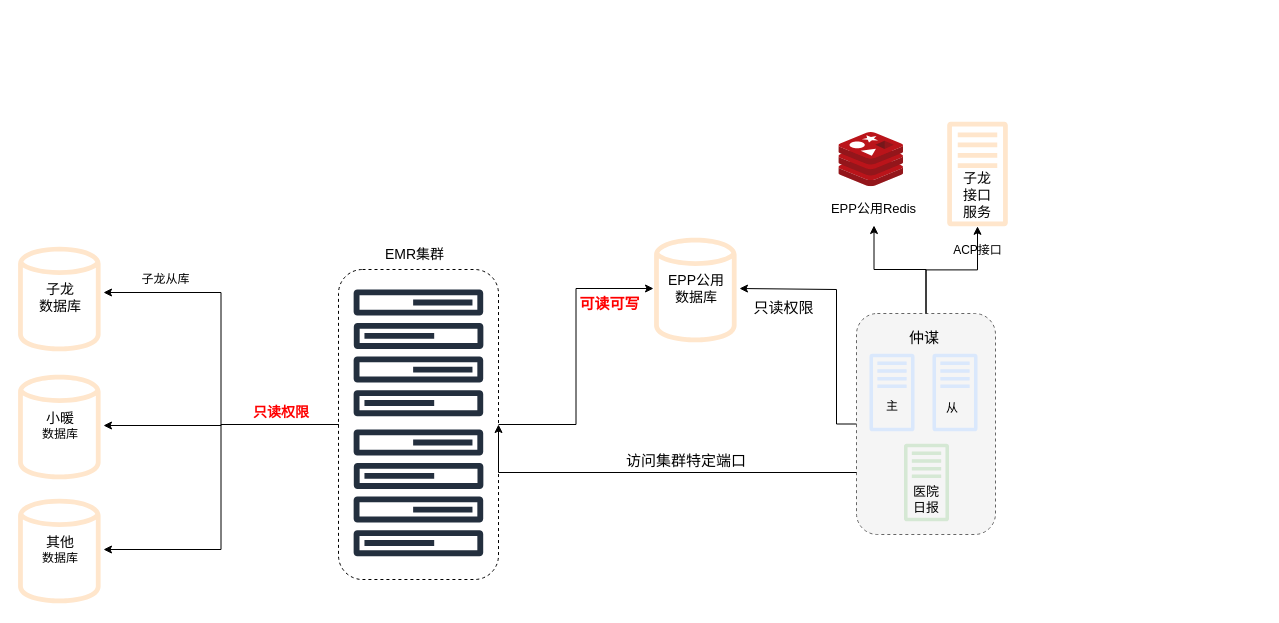
The draw.io diagram pet_data_warehouse/EMR网络图.drawio in fangzheng0518/draw, before the edit. Source tidied: cells renumbered, new cells numbered last; positions are measured from the earlier drawing's top-left corner, leaving out a move shared by most shapes. Both pictures are drawn from the tidied source at 100%, with x=0, y=0 at pixel (17, 121).
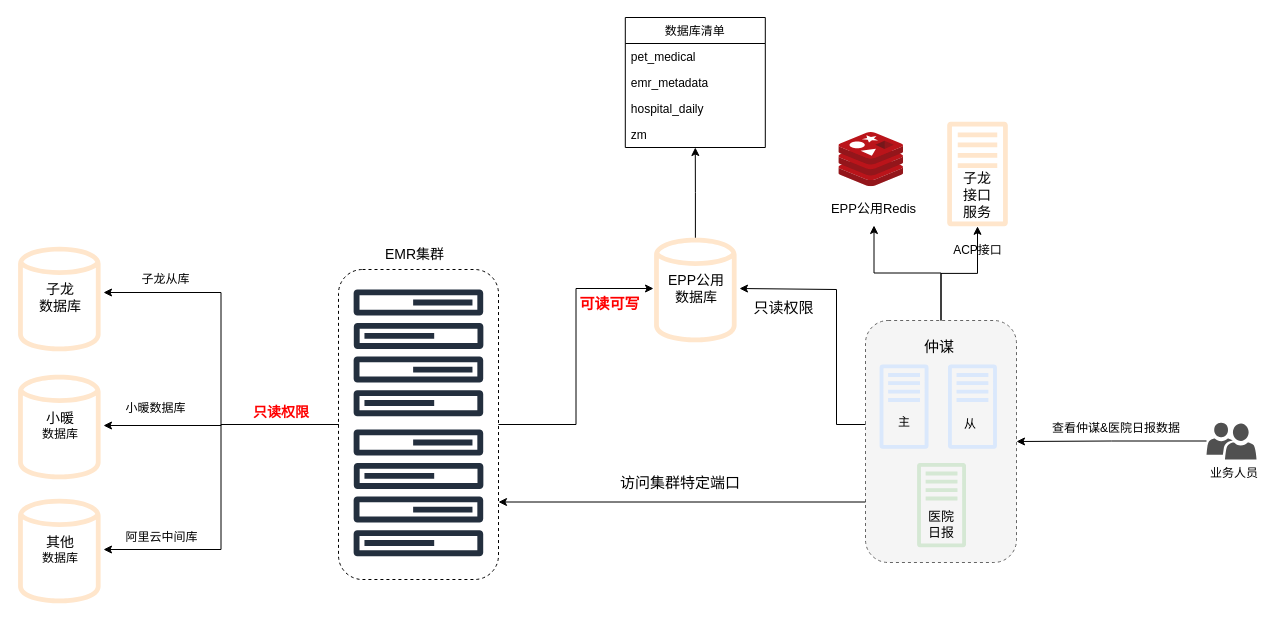
Above is the later version.

Commit message:
更新EMR网络图.drawio

Unchanged cells that the change refers to:
```xml
<mxCell id="18" style="rounded=1;whiteSpace=wrap;html=1;dashed=1;" parent="17" vertex="1">
  <mxGeometry width="160" height="310" as="geometry" />
</mxCell>
<mxCell id="29" style="outlineConnect=0;fillColor=#ffe6cc;strokeColor=#d79b00;dashed=0;verticalLabelPosition=bottom;verticalAlign=top;align=center;html=1;fontSize=12;fontStyle=0;shape=mxgraph.aws4.generic_database;" parent="28" vertex="1">
  <mxGeometry x="0.6" width="82.5" height="109" as="geometry" />
</mxCell>
```

Diff of the diagram source:
```diff
@@
-<mxGraphModel>
+<mxGraphModel background="#FFFFFF">
@@
     <mxCell id="32" style="group;" parent="1" vertex="1">
-      <mxGeometry x="839" y="192" width="139" height="221" as="geometry" />
+      <mxGeometry x="848" y="199" width="151" height="242" as="geometry" />
     </mxCell>
     <mxCell id="33" style="rounded=1;whiteSpace=wrap;html=1;dashed=1;fillColor=#f5f5f5;strokeColor=#666666;fontColor=#333333;" parent="32" vertex="1">
-      <mxGeometry width="139" height="221" as="geometry" />
+      <mxGeometry width="151" height="242" as="geometry" />
     </mxCell>
     <mxCell id="34" style="group;" parent="32" vertex="1">
-      <mxGeometry x="13" y="14" width="108" height="194" as="geometry" />
+      <mxGeometry x="14.1" y="15.3" width="117.3" height="212.4" as="geometry" />
     </mxCell>
     <mxCell id="35" style="group;" parent="34" vertex="1">
-      <mxGeometry width="108" height="104" as="geometry" />
+      <mxGeometry width="117.3" height="113.9" as="geometry" />
     </mxCell>
     <mxCell id="36" style="fillColor=#dae8fc;strokeColor=#6c8ebf;dashed=0;verticalLabelPosition=bottom;verticalAlign=top;align=center;html=1;fontSize=12;fontStyle=0;shape=mxgraph.aws4.traditional_server;" parent="35" vertex="1">
-      <mxGeometry y="26" width="45" height="78" as="geometry" />
+      <mxGeometry y="28.5" width="48.9" height="84.7" as="geometry" />
     </mxCell>
     <mxCell id="37" style="fillColor=#dae8fc;strokeColor=#6c8ebf;dashed=0;verticalLabelPosition=bottom;verticalAlign=top;align=center;html=1;fontSize=12;fontStyle=0;shape=mxgraph.aws4.traditional_server;" parent="35" vertex="1">
-      <mxGeometry x="63" y="26" width="45" height="78" as="geometry" />
+      <mxGeometry x="68.4" y="28.5" width="48.9" height="84.7" as="geometry" />
     </mxCell>
     <mxCell id="38" value="&lt;font style=&quot;font-size: 15px&quot;&gt;仲谋&lt;/font&gt;" style="text;html=1;strokeColor=none;fillColor=none;align=center;verticalAlign=middle;whiteSpace=wrap;rounded=0;dashed=1;" parent="35" vertex="1">
-      <mxGeometry x="35" width="40" height="20" as="geometry" />
+      <mxGeometry x="38" width="43.5" height="21.9" as="geometry" />
     </mxCell>
     <mxCell id="39" value="主" style="text;html=1;strokeColor=none;fillColor=none;align=center;verticalAlign=middle;whiteSpace=wrap;rounded=0;dashed=1;" parent="35" vertex="1">
-      <mxGeometry x="2.5" y="69" width="40" height="20" as="geometry" />
+      <mxGeometry x="2.7" y="75.6" width="43.5" height="21.9" as="geometry" />
     </mxCell>
     <mxCell id="40" value="从" style="text;html=1;strokeColor=none;fillColor=none;align=center;verticalAlign=middle;whiteSpace=wrap;rounded=0;dashed=1;" parent="35" vertex="1">
-      <mxGeometry x="63" y="71" width="40" height="20" as="geometry" />
+      <mxGeometry x="68.4" y="77.7" width="43.5" height="21.9" as="geometry" />
     </mxCell>
     <mxCell id="41" style="group;" parent="34" vertex="1">
-      <mxGeometry x="25" y="116" width="64" height="78" as="geometry" />
+      <mxGeometry x="27.2" y="127" width="69.5" height="85.4" as="geometry" />
     </mxCell>
     <mxCell id="42" style="fillColor=#d5e8d4;strokeColor=#82b366;dashed=0;verticalLabelPosition=bottom;verticalAlign=top;align=center;html=1;fontSize=12;fontStyle=0;shape=mxgraph.aws4.traditional_server;" parent="41" vertex="1">
-      <mxGeometry x="9.5" width="45" height="78" as="geometry" />
+      <mxGeometry x="10.3" width="48.9" height="84.7" as="geometry" />
     </mxCell>
     <mxCell id="43" value="&lt;font style=&quot;font-size: 13px&quot;&gt;医院&lt;br&gt;日报&lt;/font&gt;" style="text;html=1;strokeColor=none;fillColor=none;align=center;verticalAlign=middle;whiteSpace=wrap;rounded=0;dashed=1;" parent="41" vertex="1">
-      <mxGeometry y="46" width="64" height="20" as="geometry" />
+      <mxGeometry y="50.4" width="69.5" height="21.9" as="geometry" />
     </mxCell>
@@
-    <mxCell id="51" style="edgeStyle=orthogonalEdgeStyle;rounded=0;jettySize=auto;html=1;entryX=1;entryY=0.5;entryDx=0;entryDy=0;" parent="1" edge="1" source="33" target="18">
-      <mxGeometry relative="1" as="geometry">
-        <Array as="points">
-          <mxPoint x="481" y="351" />
-        </Array>
-      </mxGeometry>
-    </mxCell>
@@
     <mxCell id="54" value="&lt;font style=&quot;font-size: 15px&quot;&gt;访问集群特定端口&lt;/font&gt;" style="text;html=1;strokeColor=none;fillColor=none;align=center;verticalAlign=middle;whiteSpace=wrap;rounded=0;" parent="1" vertex="1">
-      <mxGeometry x="600" y="329" width="138" height="20" as="geometry" />
+      <mxGeometry x="594" y="351" width="138" height="20" as="geometry" />
     </mxCell>
+    <mxCell id="51" style="edgeStyle=orthogonalEdgeStyle;rounded=0;jettySize=auto;html=1;exitX=0;exitY=0.75;exitDx=0;exitDy=0;entryX=1;entryY=0.75;entryDx=0;entryDy=0;" parent="1" edge="1" source="33" target="18">
+      <mxGeometry relative="1" as="geometry" />
+    </mxCell>
+    <mxCell id="55" value="小暖数据库" style="text;html=1;strokeColor=none;fillColor=none;align=center;verticalAlign=middle;whiteSpace=wrap;rounded=0;dashed=1;" parent="1" vertex="1">
+      <mxGeometry x="105" y="277" width="67" height="20" as="geometry" />
+    </mxCell>
+    <mxCell id="56" value="阿里云中间库" style="text;html=1;strokeColor=none;fillColor=none;align=center;verticalAlign=middle;whiteSpace=wrap;rounded=0;dashed=1;" parent="1" vertex="1">
+      <mxGeometry x="102" y="406" width="85" height="20" as="geometry" />
+    </mxCell>
+    <mxCell id="57" value="数据库清单" style="swimlane;fontStyle=0;horizontal=1;startSize=26;fillColor=none;" parent="1" vertex="1">
+      <mxGeometry x="607.8" y="-104" width="140" height="130" as="geometry" />
+    </mxCell>
+    <mxCell id="58" value="pet_medical" style="text;strokeColor=none;fillColor=none;align=left;verticalAlign=top;spacingLeft=4;spacingRight=4;overflow=hidden;" parent="57" vertex="1">
+      <mxGeometry y="26" width="140" height="26" as="geometry" />
+    </mxCell>
+    <mxCell id="59" value="emr_metadata" style="text;strokeColor=none;fillColor=none;align=left;verticalAlign=top;spacingLeft=4;spacingRight=4;overflow=hidden;" parent="57" vertex="1">
+      <mxGeometry y="52" width="140" height="26" as="geometry" />
+    </mxCell>
+    <mxCell id="60" value="hospital_daily&#10;" style="text;strokeColor=none;fillColor=none;align=left;verticalAlign=top;spacingLeft=4;spacingRight=4;overflow=hidden;" parent="57" vertex="1">
+      <mxGeometry y="78" width="140" height="26" as="geometry" />
+    </mxCell>
+    <mxCell id="61" value="zm" style="text;strokeColor=none;fillColor=none;align=left;verticalAlign=top;spacingLeft=4;spacingRight=4;overflow=hidden;" parent="57" vertex="1">
+      <mxGeometry y="104" width="140" height="26" as="geometry" />
+    </mxCell>
+    <mxCell id="62" style="edgeStyle=orthogonalEdgeStyle;rounded=0;jettySize=auto;html=1;entryX=0.5;entryY=1;entryDx=0;entryDy=0;" parent="1" edge="1" source="29" target="57">
+      <mxGeometry relative="1" as="geometry" />
+    </mxCell>
+    <mxCell id="63" style="edgeStyle=orthogonalEdgeStyle;rounded=0;jettySize=auto;html=1;entryX=1;entryY=0.5;entryDx=0;entryDy=0;" parent="1" edge="1" source="65" target="33">
+      <mxGeometry relative="1" as="geometry" />
+    </mxCell>
+    <mxCell id="64" style="group;" parent="1" vertex="1">
+      <mxGeometry x="1189" y="301" width="56" height="60.5" as="geometry" />
+    </mxCell>
+    <mxCell id="65" style="shadow=0;dashed=0;html=1;strokeColor=none;labelPosition=center;verticalLabelPosition=bottom;verticalAlign=top;align=center;fillColor=#505050;shape=mxgraph.mscae.intune.user_group;" parent="64" vertex="1">
+      <mxGeometry width="50" height="37" as="geometry" />
+    </mxCell>
+    <mxCell id="66" value="业务人员" style="text;html=1;strokeColor=none;fillColor=none;align=center;verticalAlign=middle;whiteSpace=wrap;rounded=0;" parent="64" vertex="1">
+      <mxGeometry y="40.5" width="56" height="20" as="geometry" />
+    </mxCell>
+    <mxCell id="67" value="查看仲谋&amp;amp;医院日报数据" style="text;html=1;strokeColor=none;fillColor=none;align=center;verticalAlign=middle;whiteSpace=wrap;rounded=0;" parent="1" vertex="1">
+      <mxGeometry x="1031" y="297" width="136" height="20" as="geometry" />
+    </mxCell>
```
